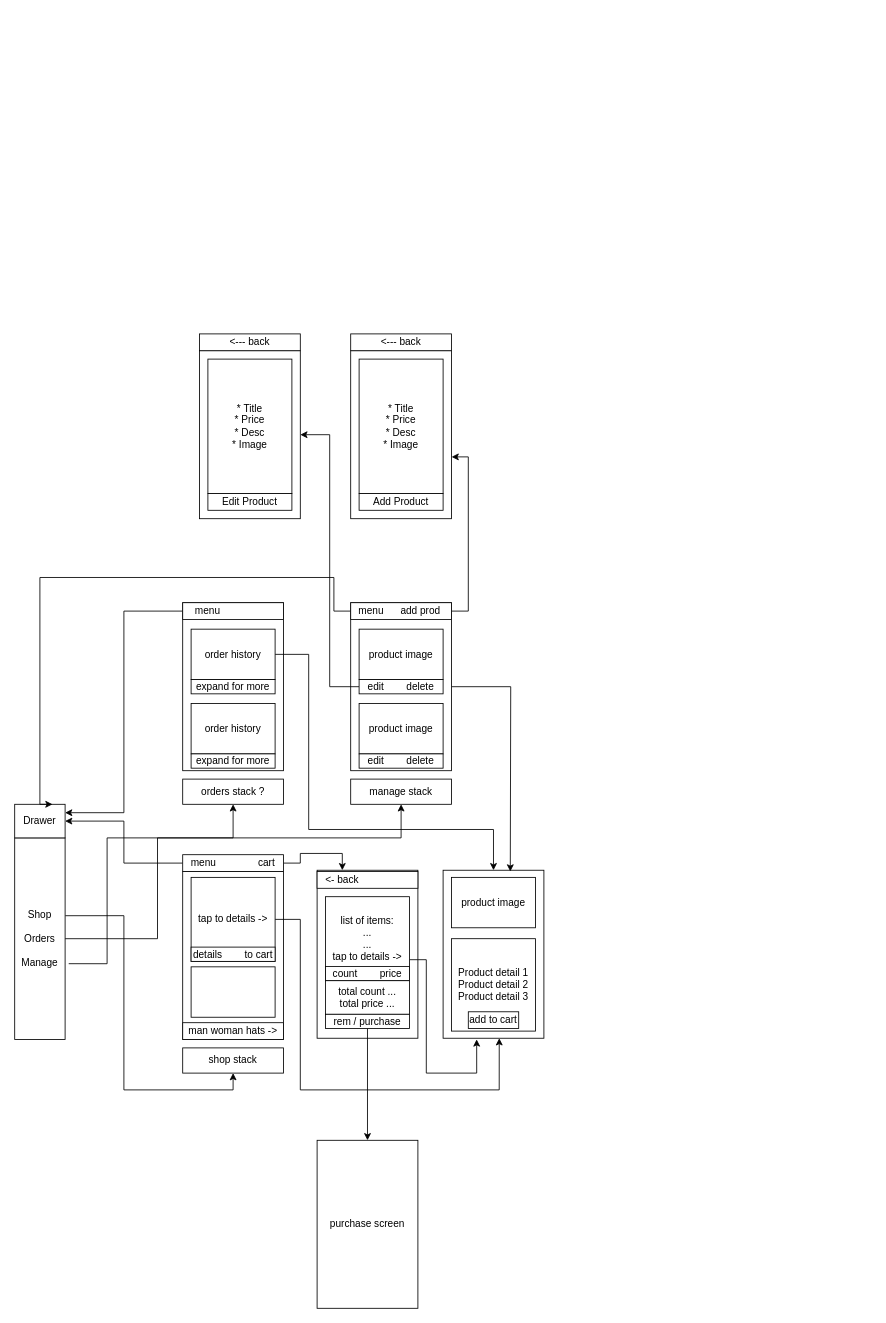
Above: navigation.drawio in Tamplier2911/CrownClothingNative (draw.io), before the change. Source tidied: cells renumbered, new cells numbered last; positions are measured from the earlier drawing's top-left corner, leaving out a move shared by most shapes. Both pictures are drawn from the tidied source at 84%, with x=0, y=0 at pixel (14, 333).
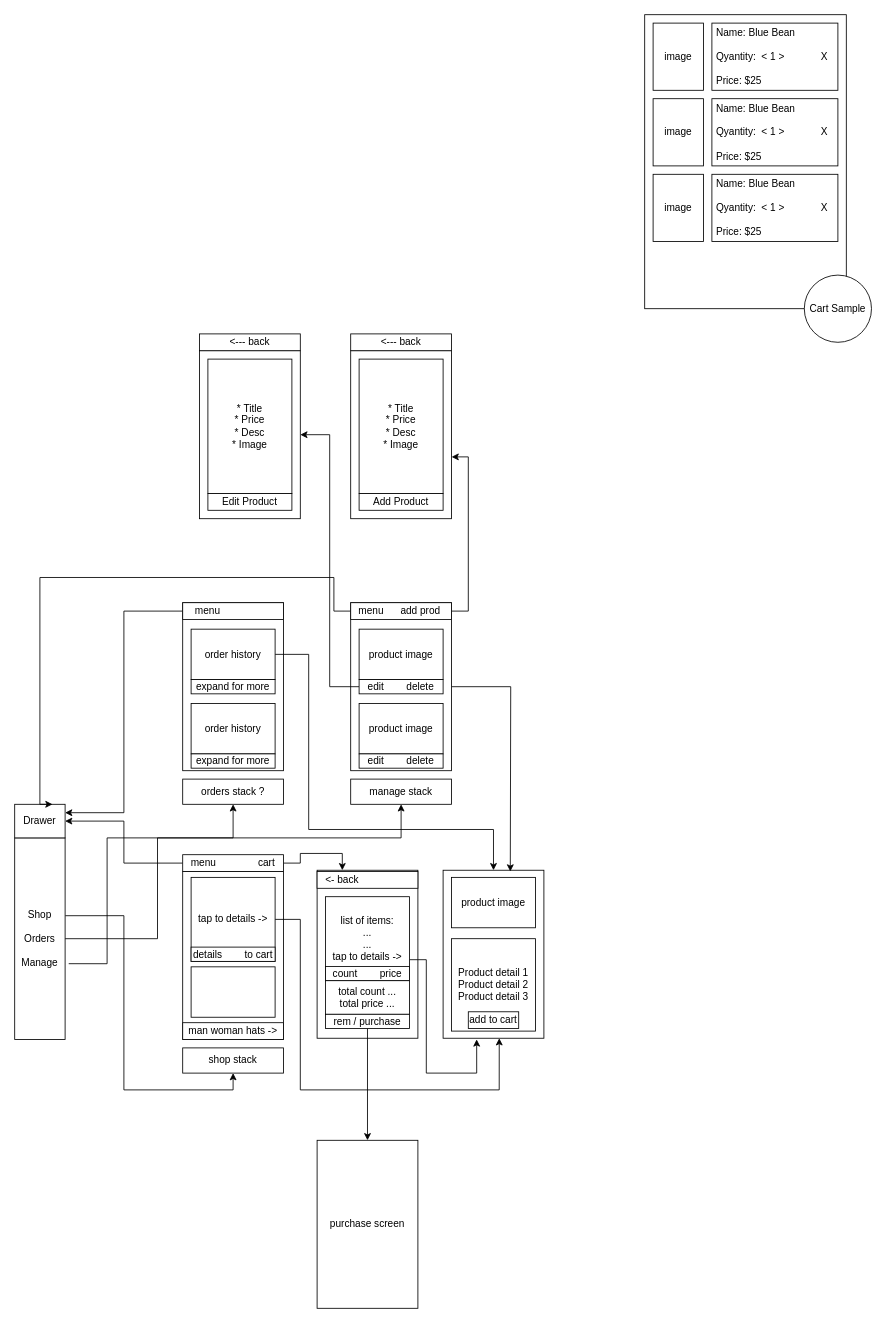
The same diagram, later.

Change to the diagram source:
```diff
@@
+    <mxCell id="59" style="rounded=0;whiteSpace=wrap;html=1;" parent="1" vertex="1">
+      <mxGeometry x="750" y="-380" width="240" height="350" as="geometry" />
+    </mxCell>
+    <mxCell id="60" value="image" style="rounded=0;whiteSpace=wrap;html=1;" parent="1" vertex="1">
+      <mxGeometry x="760" y="-370" width="60" height="80" as="geometry" />
+    </mxCell>
+    <mxCell id="61" value="&amp;nbsp;Name: Blue Bean&lt;br&gt;&lt;br&gt;&lt;div&gt;&lt;span&gt;&amp;nbsp;Qyantity:&amp;nbsp; &amp;lt; 1 &amp;gt;&amp;nbsp; &amp;nbsp; &amp;nbsp; &amp;nbsp; &amp;nbsp; &amp;nbsp; &amp;nbsp;X&lt;/span&gt;&lt;/div&gt;&lt;br&gt;&lt;div&gt;&lt;span&gt;&amp;nbsp;Price: $25&lt;/span&gt;&lt;/div&gt;" style="rounded=0;whiteSpace=wrap;html=1;align=left;" parent="1" vertex="1">
+      <mxGeometry x="830" y="-370" width="150" height="80" as="geometry" />
+    </mxCell>
+    <mxCell id="62" value="image" style="rounded=0;whiteSpace=wrap;html=1;" parent="1" vertex="1">
+      <mxGeometry x="760" y="-280" width="60" height="80" as="geometry" />
+    </mxCell>
+    <mxCell id="63" value="&amp;nbsp;Name: Blue Bean&lt;br&gt;&lt;br&gt;&lt;div&gt;&lt;span&gt;&amp;nbsp;Qyantity:&amp;nbsp; &amp;lt; 1 &amp;gt;&amp;nbsp; &amp;nbsp; &amp;nbsp; &amp;nbsp; &amp;nbsp; &amp;nbsp; &amp;nbsp;X&lt;/span&gt;&lt;/div&gt;&lt;br&gt;&lt;div&gt;&lt;span&gt;&amp;nbsp;Price: $25&lt;/span&gt;&lt;/div&gt;" style="rounded=0;whiteSpace=wrap;html=1;align=left;" parent="1" vertex="1">
+      <mxGeometry x="830" y="-280" width="150" height="80" as="geometry" />
+    </mxCell>
+    <mxCell id="64" value="image" style="rounded=0;whiteSpace=wrap;html=1;" parent="1" vertex="1">
+      <mxGeometry x="760" y="-190" width="60" height="80" as="geometry" />
+    </mxCell>
+    <mxCell id="65" value="&amp;nbsp;Name: Blue Bean&lt;br&gt;&lt;br&gt;&lt;div&gt;&lt;span&gt;&amp;nbsp;Qyantity:&amp;nbsp; &amp;lt; 1 &amp;gt;&amp;nbsp; &amp;nbsp; &amp;nbsp; &amp;nbsp; &amp;nbsp; &amp;nbsp; &amp;nbsp;X&lt;/span&gt;&lt;/div&gt;&lt;br&gt;&lt;div&gt;&lt;span&gt;&amp;nbsp;Price: $25&lt;/span&gt;&lt;/div&gt;" style="rounded=0;whiteSpace=wrap;html=1;align=left;" parent="1" vertex="1">
+      <mxGeometry x="830" y="-190" width="150" height="80" as="geometry" />
+    </mxCell>
+    <mxCell id="66" value="&lt;span&gt;Cart Sample&lt;/span&gt;" style="ellipse;whiteSpace=wrap;html=1;" parent="1" vertex="1">
+      <mxGeometry x="940" y="-70" width="80" height="80" as="geometry" />
+    </mxCell>
```
